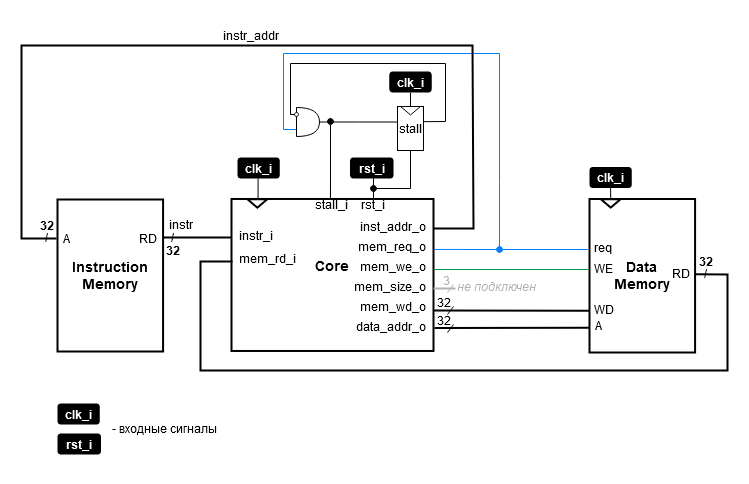
MPSU/APS keeps this draw.io diagram as .pic/Labs/lab_06_dp/fig_02.drawio.png. Above is the earlier version. Source tidied: cells renumbered, new cells last; positions are measured from the earlier drawing's top-left corner, leaving out a move shared by most shapes. Its diagram source:
```xml
<mxGraphModel>
  <root>
    <mxCell id="0" />
    <mxCell id="1" parent="0" />
    <mxCell id="2" value="&lt;b style=&quot;font-size: 14px;&quot;&gt;Core&lt;br style=&quot;font-size: 14px;&quot;&gt;&lt;br style=&quot;font-size: 14px;&quot;&gt;&lt;/b&gt;" style="rounded=0;whiteSpace=wrap;html=1;fontSize=14;comic=0;strokeColor=#000000;fontColor=#000000;jiggle=0.5;strokeWidth=2;" parent="1" vertex="1">
      <mxGeometry x="210" y="178.5" width="202" height="152" as="geometry" />
    </mxCell>
    <mxCell id="3" value="&lt;font style=&quot;font-size: 12px;&quot;&gt;rst_i&lt;/font&gt;" style="text;html=1;strokeColor=none;fillColor=none;align=center;verticalAlign=middle;whiteSpace=wrap;rounded=0;fontSize=12;comic=0;" parent="1" vertex="1">
      <mxGeometry x="343" y="178" width="18" height="12" as="geometry" />
    </mxCell>
    <mxCell id="4" value="mem_rd_i" style="text;html=1;strokeColor=none;fillColor=none;align=left;verticalAlign=middle;whiteSpace=wrap;rounded=0;fontSize=12;comic=0;" parent="1" vertex="1">
      <mxGeometry x="216" y="223" width="61" height="30" as="geometry" />
    </mxCell>
    <mxCell id="5" style="triangle;whiteSpace=wrap;html=1;rotation=90;comic=0;strokeColor=#000000;jiggle=0.5;strokeWidth=2;fontSize=12;" parent="1" vertex="1">
      <mxGeometry x="231.6" y="173" width="8.4" height="19.9" as="geometry" />
    </mxCell>
    <mxCell id="6" style="endArrow=none;html=1;rounded=0;comic=0;strokeColor=#000000;jiggle=0.5;strokeWidth=1;fontSize=12;entryX=0.487;entryY=0.981;entryDx=0;entryDy=0;entryPerimeter=0;" parent="1" edge="1" target="7">
      <mxGeometry relative="1" as="geometry">
        <mxPoint x="236.6" y="177.9" as="sourcePoint" />
        <Array as="points">
          <mxPoint x="236.6" y="177.9" />
        </Array>
      </mxGeometry>
    </mxCell>
    <mxCell id="7" value="&lt;font style=&quot;font-size: 12px;&quot;&gt;&lt;b style=&quot;font-size: 12px;&quot;&gt;clk_i&lt;/b&gt;&lt;/font&gt;" style="text;html=1;strokeColor=none;fillColor=#000000;align=center;verticalAlign=middle;whiteSpace=wrap;rounded=1;fontSize=12;fontColor=#FFFFFF;comic=0;jiggle=0.5;strokeWidth=2;" parent="1" vertex="1">
      <mxGeometry x="216" y="137" width="42.3" height="21" as="geometry" />
    </mxCell>
    <mxCell id="8" style="endArrow=none;html=1;rounded=0;strokeWidth=1;exitX=1;exitY=0.25;exitDx=0;exitDy=0;fontSize=12;comic=0;" parent="1" edge="1">
      <mxGeometry relative="1" as="geometry">
        <mxPoint x="352" y="178.5" as="sourcePoint" />
        <mxPoint x="352" y="153.5" as="targetPoint" />
      </mxGeometry>
    </mxCell>
    <mxCell id="9" style="edgeStyle=orthogonalEdgeStyle;rounded=0;jettySize=auto;html=1;exitX=1;exitY=0.25;exitDx=0;exitDy=0;strokeWidth=2;endArrow=none;endFill=0;fontSize=12;comic=0;" parent="1" edge="1" source="10">
      <mxGeometry relative="1" as="geometry">
        <mxPoint x="210" y="217" as="targetPoint" />
      </mxGeometry>
    </mxCell>
    <mxCell id="10" value="&lt;b style=&quot;font-size: 14px;&quot;&gt;Instruction&lt;br style=&quot;font-size: 14px;&quot;&gt;Memory&lt;br style=&quot;font-size: 14px;&quot;&gt;&lt;/b&gt;" style="rounded=0;whiteSpace=wrap;html=1;fontSize=14;comic=0;strokeColor=#000000;fontColor=#000000;jiggle=0.5;strokeWidth=2;" parent="1" vertex="1">
      <mxGeometry x="36" y="179" width="105.6" height="152" as="geometry" />
    </mxCell>
    <mxCell id="11" value="&lt;font style=&quot;font-size: 12px;&quot;&gt;A&lt;/font&gt;" style="text;html=1;strokeColor=none;fillColor=none;align=center;verticalAlign=middle;whiteSpace=wrap;rounded=0;fontSize=12;comic=0;" parent="1" vertex="1">
      <mxGeometry x="36" y="202.7" width="18" height="30" as="geometry" />
    </mxCell>
    <mxCell id="12" value="&lt;font style=&quot;font-size: 12px;&quot;&gt;RD&lt;/font&gt;" style="text;html=1;strokeColor=none;fillColor=none;align=center;verticalAlign=middle;whiteSpace=wrap;rounded=0;fontSize=12;comic=0;" parent="1" vertex="1">
      <mxGeometry x="118" y="203" width="18" height="30" as="geometry" />
    </mxCell>
    <mxCell id="13" value="&lt;p style=&quot;line-height: 100%; font-size: 12px;&quot;&gt;&lt;font style=&quot;font-size: 12px;&quot;&gt;&lt;b style=&quot;font-size: 12px;&quot;&gt;32&lt;br style=&quot;font-size: 12px;&quot;&gt;/&lt;/b&gt;&lt;/font&gt;&lt;/p&gt;" style="text;html=1;align=center;verticalAlign=middle;points=[];strokeColor=none;fillColor=none;fontSize=12;comic=0;" parent="1" vertex="1">
      <mxGeometry x="5" y="181" width="40" height="60" as="geometry" />
    </mxCell>
    <mxCell id="14" value="&lt;font style=&quot;font-size: 12px;&quot;&gt;instr_i&lt;/font&gt;" style="text;html=1;strokeColor=none;fillColor=none;align=center;verticalAlign=middle;whiteSpace=wrap;rounded=0;fontSize=12;comic=0;" parent="1" vertex="1">
      <mxGeometry x="192" y="200.5" width="86" height="30" as="geometry" />
    </mxCell>
    <mxCell id="15" value="mem_size_o" style="text;html=1;strokeColor=none;fillColor=none;align=right;verticalAlign=middle;whiteSpace=wrap;rounded=0;fontSize=12;comic=0;" parent="1" vertex="1">
      <mxGeometry x="332" y="255.5" width="75" height="20" as="geometry" />
    </mxCell>
    <mxCell id="16" value="&lt;p style=&quot;line-height: 10%; font-size: 12px;&quot;&gt;&lt;font style=&quot;font-size: 12px;&quot;&gt;&lt;b style=&quot;font-size: 12px;&quot;&gt;/&lt;/b&gt;&lt;/font&gt;&lt;/p&gt;&lt;p style=&quot;line-height: 10%; font-size: 12px;&quot;&gt;&lt;font style=&quot;font-size: 12px;&quot;&gt;&lt;b style=&quot;font-size: 12px;&quot;&gt;32&lt;/b&gt;&lt;/font&gt;&lt;/p&gt;" style="text;html=1;align=center;verticalAlign=middle;strokeColor=none;fillColor=none;fontSize=12;comic=0;" parent="1" vertex="1">
      <mxGeometry x="131" y="199" width="40" height="50" as="geometry" />
    </mxCell>
    <mxCell id="17" value="&lt;p style=&quot;line-height: 130%; font-size: 12px;&quot;&gt;&lt;font style=&quot;font-size: 12px;&quot;&gt;&lt;b style=&quot;font-size: 12px;&quot;&gt;rst_i&lt;/b&gt;&lt;/font&gt;&lt;/p&gt;" style="text;html=1;strokeColor=none;fillColor=#000000;align=center;verticalAlign=middle;whiteSpace=wrap;rounded=1;fontSize=12;fontColor=#FFFFFF;comic=0;jiggle=0.5;" parent="1" vertex="1">
      <mxGeometry x="328.5" y="137" width="43.5" height="21" as="geometry" />
    </mxCell>
    <mxCell id="18" value="&lt;font style=&quot;font-size: 12px;&quot;&gt;instr_addr&lt;/font&gt;" style="text;html=1;strokeColor=none;fillColor=none;align=center;verticalAlign=middle;whiteSpace=wrap;rounded=0;fontSize=12;comic=0;" parent="1" vertex="1">
      <mxGeometry x="187" width="86" height="30" as="geometry" />
    </mxCell>
    <mxCell id="19" value="&lt;font style=&quot;font-size: 12px;&quot;&gt;instr&lt;/font&gt;" style="text;html=1;strokeColor=none;fillColor=none;align=center;verticalAlign=middle;whiteSpace=wrap;rounded=0;fontSize=12;comic=0;" parent="1" vertex="1">
      <mxGeometry x="142" y="189" width="35.9" height="30" as="geometry" />
    </mxCell>
    <mxCell id="20" value="&lt;font style=&quot;font-size: 12px;&quot;&gt;&lt;b style=&quot;font-size: 12px;&quot;&gt;clk_i&lt;/b&gt;&lt;/font&gt;" style="text;html=1;strokeColor=none;fillColor=#000000;align=center;verticalAlign=middle;whiteSpace=wrap;rounded=1;fontSize=12;fontColor=#FFFFFF;comic=0;jiggle=0.5;strokeWidth=2;" parent="1" vertex="1">
      <mxGeometry x="36" y="383" width="42.3" height="21" as="geometry" />
    </mxCell>
    <mxCell id="21" value="&lt;p style=&quot;line-height: 130%; font-size: 12px;&quot;&gt;&lt;font style=&quot;font-size: 12px;&quot;&gt;&lt;b style=&quot;font-size: 12px;&quot;&gt;rst_i&lt;/b&gt;&lt;/font&gt;&lt;/p&gt;" style="text;html=1;strokeColor=none;fillColor=#000000;align=center;verticalAlign=middle;whiteSpace=wrap;rounded=1;fontSize=12;fontColor=#FFFFFF;comic=0;jiggle=0.5;" parent="1" vertex="1">
      <mxGeometry x="36" y="413" width="43.5" height="21" as="geometry" />
    </mxCell>
    <mxCell id="22" value="&lt;font style=&quot;font-size: 12px;&quot;&gt;- входные сигналы&lt;/font&gt;" style="text;html=1;align=center;verticalAlign=middle;strokeColor=none;fillColor=none;fontSize=12;comic=0;" parent="1" vertex="1">
      <mxGeometry x="78.3" y="393" width="130" height="30" as="geometry" />
    </mxCell>
    <mxCell id="23" value="mem_we_o" style="text;html=1;strokeColor=none;fillColor=none;align=right;verticalAlign=middle;whiteSpace=wrap;rounded=0;fontSize=12;comic=0;" parent="1" vertex="1">
      <mxGeometry x="332" y="235.5" width="75" height="20" as="geometry" />
    </mxCell>
    <mxCell id="24" value="mem_req_o" style="text;html=1;strokeColor=none;fillColor=none;align=right;verticalAlign=middle;whiteSpace=wrap;rounded=0;fontSize=12;comic=0;" parent="1" vertex="1">
      <mxGeometry x="332" y="215.5" width="75" height="20" as="geometry" />
    </mxCell>
    <mxCell id="25" value="mem_wd_o" style="text;html=1;strokeColor=none;fillColor=none;align=right;verticalAlign=middle;whiteSpace=wrap;rounded=0;fontSize=12;comic=0;" parent="1" vertex="1">
      <mxGeometry x="332" y="275.5" width="75" height="20" as="geometry" />
    </mxCell>
    <mxCell id="26" value="data_addr_o" style="text;html=1;strokeColor=none;fillColor=none;align=right;verticalAlign=middle;whiteSpace=wrap;rounded=0;fontSize=12;comic=0;" parent="1" vertex="1">
      <mxGeometry x="332" y="295.5" width="75" height="20" as="geometry" />
    </mxCell>
    <mxCell id="27" value="inst_addr_o" style="text;html=1;strokeColor=none;fillColor=none;align=right;verticalAlign=middle;whiteSpace=wrap;rounded=0;fontSize=12;comic=0;" parent="1" vertex="1">
      <mxGeometry x="332" y="195.5" width="75" height="20" as="geometry" />
    </mxCell>
    <mxCell id="28" style="endArrow=none;html=1;rounded=0;strokeWidth=2;fontColor=#B3B3B3;strokeColor=#B3B3B3;" parent="1" edge="1">
      <mxGeometry relative="1" as="geometry">
        <mxPoint x="412" y="268" as="sourcePoint" />
        <mxPoint x="434" y="268" as="targetPoint" />
      </mxGeometry>
    </mxCell>
    <mxCell id="29" value="не подключен" style="text;html=1;strokeColor=none;fillColor=none;align=center;verticalAlign=middle;whiteSpace=wrap;rounded=0;fontStyle=2;fontColor=#B3B3B3;" parent="1" vertex="1">
      <mxGeometry x="434" y="251" width="83" height="30" as="geometry" />
    </mxCell>
    <mxCell id="30" style="endArrow=none;html=1;rounded=0;strokeColor=#B3B3B3;" parent="1" edge="1">
      <mxGeometry relative="1" as="geometry">
        <mxPoint x="426" y="272" as="sourcePoint" />
        <mxPoint x="432" y="264" as="targetPoint" />
      </mxGeometry>
    </mxCell>
    <mxCell id="31" value="3" style="text;html=1;strokeColor=none;fillColor=none;align=right;verticalAlign=middle;whiteSpace=wrap;rounded=0;fontColor=#B3B3B3;" parent="1" vertex="1">
      <mxGeometry x="418" y="252" width="13" height="15" as="geometry" />
    </mxCell>
    <mxCell id="32" value="stall_i" style="text;html=1;strokeColor=none;fillColor=none;align=center;verticalAlign=middle;whiteSpace=wrap;rounded=0;fontSize=12;comic=0;" parent="1" vertex="1">
      <mxGeometry x="293" y="177.9" width="34" height="13.1" as="geometry" />
    </mxCell>
    <mxCell id="33" style="endArrow=none;html=1;rounded=0;exitX=1.002;exitY=0.332;exitDx=0;exitDy=0;exitPerimeter=0;strokeColor=#007FFF;entryX=0;entryY=0.759;entryDx=0;entryDy=0;entryPerimeter=0;" parent="1" edge="1" source="2" target="37">
      <mxGeometry relative="1" as="geometry">
        <Array as="points">
          <mxPoint x="478" y="229" />
          <mxPoint x="478" y="162" />
          <mxPoint x="478" y="33" />
          <mxPoint x="262" y="33" />
          <mxPoint x="262" y="109" />
        </Array>
      </mxGeometry>
    </mxCell>
    <mxCell id="34" style="endArrow=none;html=1;rounded=0;strokeWidth=2;entryX=0.75;entryY=0.617;entryDx=0;entryDy=0;entryPerimeter=0;" parent="1" edge="1" target="13">
      <mxGeometry relative="1" as="geometry">
        <mxPoint x="412" y="208" as="sourcePoint" />
        <Array as="points">
          <mxPoint x="452" y="208" />
          <mxPoint x="451" y="25" />
          <mxPoint y="25" />
          <mxPoint y="218" />
        </Array>
      </mxGeometry>
    </mxCell>
    <mxCell id="35" value="stall" style="rounded=0;whiteSpace=wrap;html=1;" parent="1" vertex="1">
      <mxGeometry x="376" y="86" width="26" height="44" as="geometry" />
    </mxCell>
    <mxCell id="36" style="edgeStyle=orthogonalEdgeStyle;rounded=0;jettySize=auto;html=1;exitX=1;exitY=0.5;exitDx=0;exitDy=0;exitPerimeter=0;entryX=0.002;entryY=0.353;entryDx=0;entryDy=0;entryPerimeter=0;endArrow=none;endFill=0;" parent="1" edge="1" target="35">
      <mxGeometry relative="1" as="geometry">
        <mxPoint x="298" y="101.5" as="sourcePoint" />
        <Array as="points">
          <mxPoint x="337" y="101" />
          <mxPoint x="337" y="101" />
        </Array>
      </mxGeometry>
    </mxCell>
    <mxCell id="37" style="shape=or;whiteSpace=wrap;html=1;" parent="1" vertex="1">
      <mxGeometry x="275" y="87" width="23" height="29" as="geometry" />
    </mxCell>
    <mxCell id="38" style="ellipse;whiteSpace=wrap;html=1;" parent="1" vertex="1">
      <mxGeometry x="273" y="92" width="4" height="4" as="geometry" />
    </mxCell>
    <mxCell id="39" style="endArrow=none;html=1;rounded=0;entryX=0.5;entryY=1;entryDx=0;entryDy=0;startArrow=oval;startFill=1;endSize=6;startSize=6;" parent="1" edge="1" target="35">
      <mxGeometry relative="1" as="geometry">
        <mxPoint x="352" y="168" as="sourcePoint" />
        <Array as="points">
          <mxPoint x="389" y="168" />
        </Array>
      </mxGeometry>
    </mxCell>
    <mxCell id="40" style="endArrow=none;html=1;rounded=0;exitX=0.996;exitY=0.345;exitDx=0;exitDy=0;exitPerimeter=0;" parent="1" edge="1" source="35">
      <mxGeometry relative="1" as="geometry">
        <mxPoint x="273" y="94" as="targetPoint" />
        <Array as="points">
          <mxPoint x="424" y="101" />
          <mxPoint x="424" y="43" />
          <mxPoint x="269" y="43" />
          <mxPoint x="269" y="94" />
        </Array>
      </mxGeometry>
    </mxCell>
    <mxCell id="41" style="endArrow=oval;html=1;rounded=0;exitX=0.683;exitY=0.002;exitDx=0;exitDy=0;exitPerimeter=0;startArrow=none;startFill=0;endFill=1;jumpSize=6;startSize=6;endSize=6;" parent="1" edge="1">
      <mxGeometry relative="1" as="geometry">
        <mxPoint x="309" y="178.8" as="sourcePoint" />
        <mxPoint x="309" y="101" as="targetPoint" />
      </mxGeometry>
    </mxCell>
    <mxCell id="42" style="triangle;whiteSpace=wrap;html=1;rotation=90;comic=0;strokeColor=#000000;jiggle=0.5;strokeWidth=1;fontSize=12;" parent="1" vertex="1">
      <mxGeometry x="384.8" y="80.3" width="8.4" height="19.9" as="geometry" />
    </mxCell>
    <mxCell id="43" style="edgeStyle=orthogonalEdgeStyle;rounded=0;jettySize=auto;html=1;exitX=0.5;exitY=1;exitDx=0;exitDy=0;entryX=0;entryY=0.5;entryDx=0;entryDy=0;endArrow=none;endFill=0;" parent="1" edge="1" source="44" target="42">
      <mxGeometry relative="1" as="geometry" />
    </mxCell>
    <mxCell id="44" value="&lt;font style=&quot;font-size: 12px;&quot;&gt;&lt;b style=&quot;font-size: 12px;&quot;&gt;clk_i&lt;/b&gt;&lt;/font&gt;" style="text;html=1;strokeColor=none;fillColor=#000000;align=center;verticalAlign=middle;whiteSpace=wrap;rounded=1;fontSize=12;fontColor=#FFFFFF;comic=0;jiggle=0.5;strokeWidth=2;" parent="1" vertex="1">
      <mxGeometry x="367.9" y="51" width="42.3" height="21" as="geometry" />
    </mxCell>
    <mxCell id="45" value="&lt;b style=&quot;font-size: 14px;&quot;&gt;Data&lt;br style=&quot;font-size: 14px;&quot;&gt;Memory&lt;br style=&quot;font-size: 14px;&quot;&gt;&lt;/b&gt;" style="rounded=0;whiteSpace=wrap;html=1;fontSize=14;comic=0;strokeColor=#000000;fontColor=#000000;jiggle=0.5;strokeWidth=2;" parent="1" vertex="1">
      <mxGeometry x="568" y="178.5" width="105.6" height="153.5" as="geometry" />
    </mxCell>
    <mxCell id="46" value="&lt;font style=&quot;font-size: 12px;&quot;&gt;A&lt;/font&gt;" style="text;html=1;strokeColor=none;fillColor=none;align=center;verticalAlign=middle;whiteSpace=wrap;rounded=0;fontSize=12;comic=0;" parent="1" vertex="1">
      <mxGeometry x="568" y="289.7" width="18" height="30" as="geometry" />
    </mxCell>
    <mxCell id="47" value="&lt;span style=&quot;font-size: 12px;&quot;&gt;WE&lt;/span&gt;" style="text;html=1;strokeColor=none;fillColor=none;align=center;verticalAlign=middle;whiteSpace=wrap;rounded=0;fontSize=12;comic=0;" parent="1" vertex="1">
      <mxGeometry x="573" y="237" width="18" height="22.2" as="geometry" />
    </mxCell>
    <mxCell id="48" value="&lt;span style=&quot;font-size: 12px;&quot;&gt;RD&lt;/span&gt;" style="text;html=1;strokeColor=none;fillColor=none;align=center;verticalAlign=middle;whiteSpace=wrap;rounded=0;fontSize=12;comic=0;" parent="1" vertex="1">
      <mxGeometry x="651" y="238.2" width="18" height="30" as="geometry" />
    </mxCell>
    <mxCell id="49" value="&lt;p style=&quot;line-height: 100%; font-size: 12px;&quot;&gt;&lt;font style=&quot;font-size: 12px;&quot;&gt;&lt;b style=&quot;font-size: 12px;&quot;&gt;32&lt;br style=&quot;font-size: 12px;&quot;&gt;/&lt;/b&gt;&lt;/font&gt;&lt;/p&gt;" style="text;html=1;align=center;verticalAlign=middle;strokeColor=none;fillColor=none;fontSize=12;comic=0;" parent="1" vertex="1">
      <mxGeometry x="664" y="216.7" width="40" height="60" as="geometry" />
    </mxCell>
    <mxCell id="50" style="triangle;whiteSpace=wrap;html=1;rotation=90;comic=0;strokeColor=#000000;jiggle=0.5;strokeWidth=2;fontSize=12;" parent="1" vertex="1">
      <mxGeometry x="585" y="172.9" width="8.4" height="19.9" as="geometry" />
    </mxCell>
    <mxCell id="51" style="edgeStyle=orthogonalEdgeStyle;rounded=0;jettySize=auto;html=1;entryX=0;entryY=0.5;entryDx=0;entryDy=0;endArrow=none;endFill=0;strokeWidth=1;fontSize=12;comic=0;" parent="1" edge="1" target="50">
      <mxGeometry relative="1" as="geometry">
        <mxPoint x="589" y="160.5" as="sourcePoint" />
        <Array as="points">
          <mxPoint x="589" y="160.5" />
        </Array>
      </mxGeometry>
    </mxCell>
    <mxCell id="52" value="&lt;font style=&quot;font-size: 12px;&quot;&gt;&lt;b style=&quot;font-size: 12px;&quot;&gt;clk_i&lt;/b&gt;&lt;/font&gt;" style="text;html=1;strokeColor=none;fillColor=#000000;align=center;verticalAlign=middle;whiteSpace=wrap;rounded=1;fontSize=12;fontColor=#FFFFFF;comic=0;jiggle=0.5;strokeWidth=2;" parent="1" vertex="1">
      <mxGeometry x="568" y="146.5" width="42.3" height="21" as="geometry" />
    </mxCell>
    <mxCell id="53" style="endArrow=none;html=1;rounded=0;strokeWidth=2;exitX=0;exitY=0.406;exitDx=0;exitDy=0;exitPerimeter=0;entryX=1.005;entryY=0.491;entryDx=0;entryDy=0;entryPerimeter=0;" parent="1" edge="1" target="45">
      <mxGeometry relative="1" as="geometry">
        <mxPoint x="211" y="241" as="sourcePoint" />
        <Array as="points">
          <mxPoint x="179" y="241" />
          <mxPoint x="179" y="350" />
          <mxPoint x="706" y="350" />
          <mxPoint x="706" y="254" />
        </Array>
      </mxGeometry>
    </mxCell>
    <mxCell id="54" value="req" style="text;html=1;strokeColor=none;fillColor=none;align=left;verticalAlign=middle;whiteSpace=wrap;rounded=0;fontSize=12;comic=0;spacingLeft=-2;" parent="1" vertex="1">
      <mxGeometry x="573" y="212.2" width="30.1" height="30" as="geometry" />
    </mxCell>
    <mxCell id="55" value="&lt;span style=&quot;font-size: 12px;&quot;&gt;WD&lt;/span&gt;" style="text;html=1;strokeColor=none;fillColor=none;align=center;verticalAlign=middle;whiteSpace=wrap;rounded=0;fontSize=12;comic=0;" parent="1" vertex="1">
      <mxGeometry x="568" y="274" width="30.1" height="30" as="geometry" />
    </mxCell>
    <mxCell id="56" style="endArrow=none;html=1;rounded=0;strokeColor=#00994D;" parent="1" edge="1">
      <mxGeometry relative="1" as="geometry">
        <mxPoint x="413" y="249" as="sourcePoint" />
        <mxPoint x="567" y="249" as="targetPoint" />
      </mxGeometry>
    </mxCell>
    <mxCell id="57" style="endArrow=none;html=1;rounded=0;entryX=-0.016;entryY=0.277;entryDx=0;entryDy=0;entryPerimeter=0;strokeColor=#007FFF;startArrow=oval;startFill=1;" parent="1" edge="1">
      <mxGeometry relative="1" as="geometry">
        <mxPoint x="478" y="229" as="sourcePoint" />
        <mxPoint x="566.3" y="229" as="targetPoint" />
      </mxGeometry>
    </mxCell>
    <mxCell id="58" style="endArrow=none;html=1;rounded=0;entryX=-0.022;entryY=0.589;entryDx=0;entryDy=0;entryPerimeter=0;strokeWidth=2;" parent="1" edge="1">
      <mxGeometry relative="1" as="geometry">
        <mxPoint x="413" y="307.5" as="sourcePoint" />
        <mxPoint x="567.6" y="307.3" as="targetPoint" />
      </mxGeometry>
    </mxCell>
    <mxCell id="59" style="endArrow=none;html=1;rounded=0;" parent="1" edge="1">
      <mxGeometry relative="1" as="geometry">
        <mxPoint x="426" y="294" as="sourcePoint" />
        <mxPoint x="432" y="286" as="targetPoint" />
      </mxGeometry>
    </mxCell>
    <mxCell id="60" value="32" style="text;html=1;strokeColor=none;fillColor=none;align=right;verticalAlign=middle;whiteSpace=wrap;rounded=0;" parent="1" vertex="1">
      <mxGeometry x="419" y="292" width="13" height="15" as="geometry" />
    </mxCell>
    <mxCell id="61" style="endArrow=none;html=1;rounded=0;" parent="1" edge="1">
      <mxGeometry relative="1" as="geometry">
        <mxPoint x="426" y="312" as="sourcePoint" />
        <mxPoint x="432" y="304" as="targetPoint" />
      </mxGeometry>
    </mxCell>
    <mxCell id="62" value="32" style="text;html=1;strokeColor=none;fillColor=none;align=right;verticalAlign=middle;whiteSpace=wrap;rounded=0;" parent="1" vertex="1">
      <mxGeometry x="419" y="274" width="13" height="15" as="geometry" />
    </mxCell>
    <mxCell id="63" style="endArrow=none;html=1;rounded=0;strokeWidth=2;entryX=-0.033;entryY=0.64;entryDx=0;entryDy=0;entryPerimeter=0;exitX=1.001;exitY=0.734;exitDx=0;exitDy=0;exitPerimeter=0;" parent="1" edge="1" source="2">
      <mxGeometry relative="1" as="geometry">
        <mxPoint x="568" y="290.4" as="targetPoint" />
      </mxGeometry>
    </mxCell>
  </root>
</mxGraphModel>
```
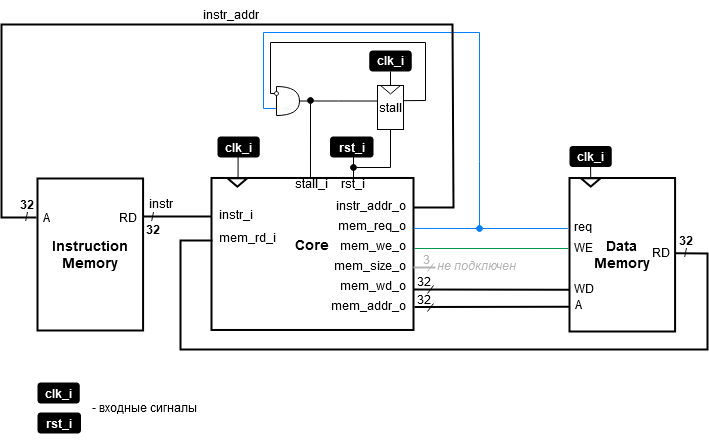
The same file after the commit.

The edit, as a diff of the source:
```diff
@@ -84,10 +84,10 @@
     <mxCell id="25" value="mem_wd_o" style="text;html=1;strokeColor=none;fillColor=none;align=right;verticalAlign=middle;whiteSpace=wrap;rounded=0;fontSize=12;comic=0;" parent="1" vertex="1">
       <mxGeometry x="332" y="275.5" width="75" height="20" as="geometry" />
     </mxCell>
-    <mxCell id="26" value="data_addr_o" style="text;html=1;strokeColor=none;fillColor=none;align=right;verticalAlign=middle;whiteSpace=wrap;rounded=0;fontSize=12;comic=0;" parent="1" vertex="1">
+    <mxCell id="26" value="mem_addr_o" style="text;html=1;strokeColor=none;fillColor=none;align=right;verticalAlign=middle;whiteSpace=wrap;rounded=0;fontSize=12;comic=0;" parent="1" vertex="1">
       <mxGeometry x="332" y="295.5" width="75" height="20" as="geometry" />
     </mxCell>
-    <mxCell id="27" value="inst_addr_o" style="text;html=1;strokeColor=none;fillColor=none;align=right;verticalAlign=middle;whiteSpace=wrap;rounded=0;fontSize=12;comic=0;" parent="1" vertex="1">
+    <mxCell id="27" value="instr_addr_o" style="text;html=1;strokeColor=none;fillColor=none;align=right;verticalAlign=middle;whiteSpace=wrap;rounded=0;fontSize=12;comic=0;" parent="1" vertex="1">
       <mxGeometry x="332" y="195.5" width="75" height="20" as="geometry" />
     </mxCell>
     <mxCell id="28" style="endArrow=none;html=1;rounded=0;strokeWidth=2;fontColor=#B3B3B3;strokeColor=#B3B3B3;" parent="1" edge="1">
```
